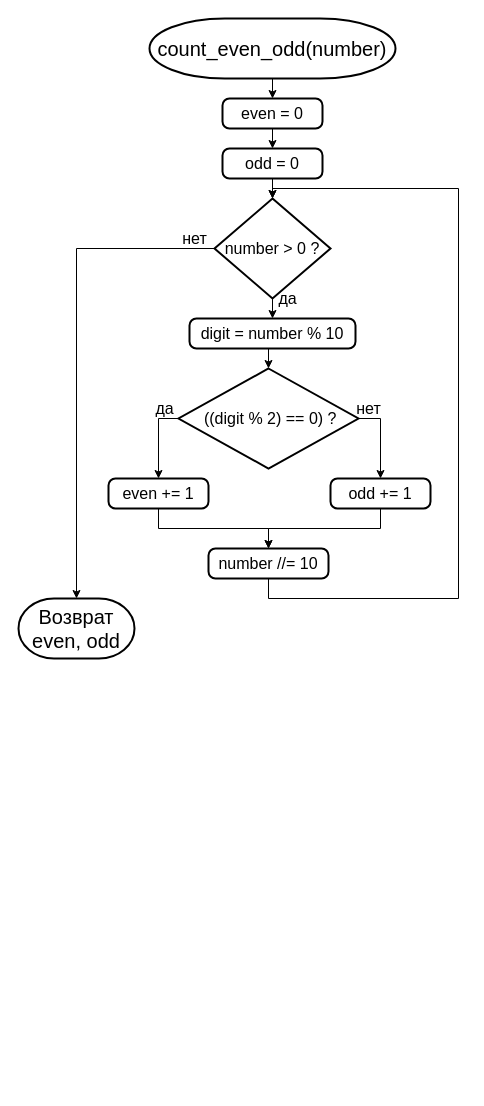
This is les_2_task_2.drawio from nglaz0v/Python_Algorithms, a draw.io file, before an edit. Source tidied: cells renumbered, new cells numbered last; positions are measured from the earlier drawing's top-left corner, leaving out a move shared by most shapes. Both pictures are drawn from the tidied source at 100%, with x=0, y=0 at pixel (18, 18).
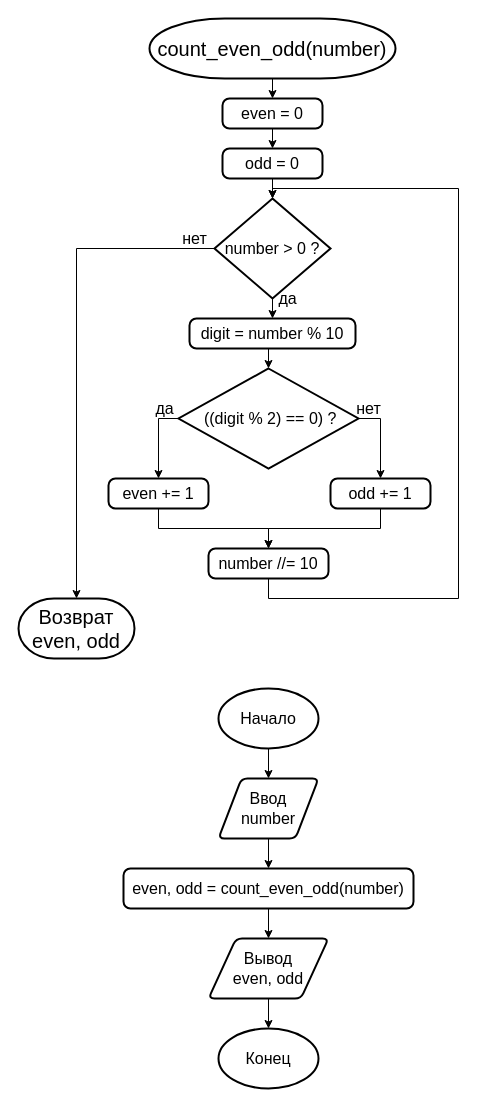
After the change.

Diff of the diagram source:
```diff
@@
+    <mxCell id="27" style="edgeStyle=orthogonalEdgeStyle;rounded=0;jettySize=auto;html=1;exitX=0.5;exitY=1;exitDx=0;exitDy=0;exitPerimeter=0;entryX=0.5;entryY=0;entryDx=0;entryDy=0;fontSize=16;" parent="1" edge="1" source="28" target="30">
+      <mxGeometry relative="1" as="geometry" />
+    </mxCell>
+    <mxCell id="28" value="Начало" style="strokeWidth=2;html=1;shape=mxgraph.flowchart.start_1;whiteSpace=wrap;fontSize=16;" parent="1" vertex="1">
+      <mxGeometry x="200" y="670" width="100" height="60" as="geometry" />
+    </mxCell>
+    <mxCell id="29" style="edgeStyle=orthogonalEdgeStyle;rounded=0;jettySize=auto;html=1;exitX=0.5;exitY=1;exitDx=0;exitDy=0;entryX=0.5;entryY=0;entryDx=0;entryDy=0;fontSize=16;" parent="1" edge="1" source="30" target="32">
+      <mxGeometry relative="1" as="geometry" />
+    </mxCell>
+    <mxCell id="30" value="Ввод&lt;br&gt;number" style="shape=parallelogram;html=1;strokeWidth=2;perimeter=parallelogramPerimeter;whiteSpace=wrap;rounded=1;arcSize=12;size=0.23;fontSize=16;" parent="1" vertex="1">
+      <mxGeometry x="200" y="760" width="100" height="60" as="geometry" />
+    </mxCell>
+    <mxCell id="31" style="edgeStyle=orthogonalEdgeStyle;rounded=0;jettySize=auto;html=1;exitX=0.5;exitY=1;exitDx=0;exitDy=0;entryX=0.5;entryY=0;entryDx=0;entryDy=0;fontSize=16;" parent="1" edge="1" source="32" target="34">
+      <mxGeometry relative="1" as="geometry" />
+    </mxCell>
+    <mxCell id="32" value="even, odd = count_even_odd(number)" style="rounded=1;whiteSpace=wrap;html=1;absoluteArcSize=1;arcSize=14;strokeWidth=2;fontSize=16;" parent="1" vertex="1">
+      <mxGeometry x="105" y="850" width="290" height="40" as="geometry" />
+    </mxCell>
+    <mxCell id="33" style="edgeStyle=orthogonalEdgeStyle;rounded=0;jettySize=auto;html=1;exitX=0.5;exitY=1;exitDx=0;exitDy=0;entryX=0.5;entryY=0;entryDx=0;entryDy=0;entryPerimeter=0;fontSize=16;" parent="1" edge="1" source="34" target="35">
+      <mxGeometry relative="1" as="geometry" />
+    </mxCell>
+    <mxCell id="34" value="Вывод&lt;br&gt;even, odd" style="shape=parallelogram;html=1;strokeWidth=2;perimeter=parallelogramPerimeter;whiteSpace=wrap;rounded=1;arcSize=12;size=0.23;fontSize=16;" parent="1" vertex="1">
+      <mxGeometry x="190" y="920" width="120" height="60" as="geometry" />
+    </mxCell>
+    <mxCell id="35" value="Конец" style="strokeWidth=2;html=1;shape=mxgraph.flowchart.start_1;whiteSpace=wrap;fontSize=16;" parent="1" vertex="1">
+      <mxGeometry x="200" y="1010" width="100" height="60" as="geometry" />
+    </mxCell>
```
